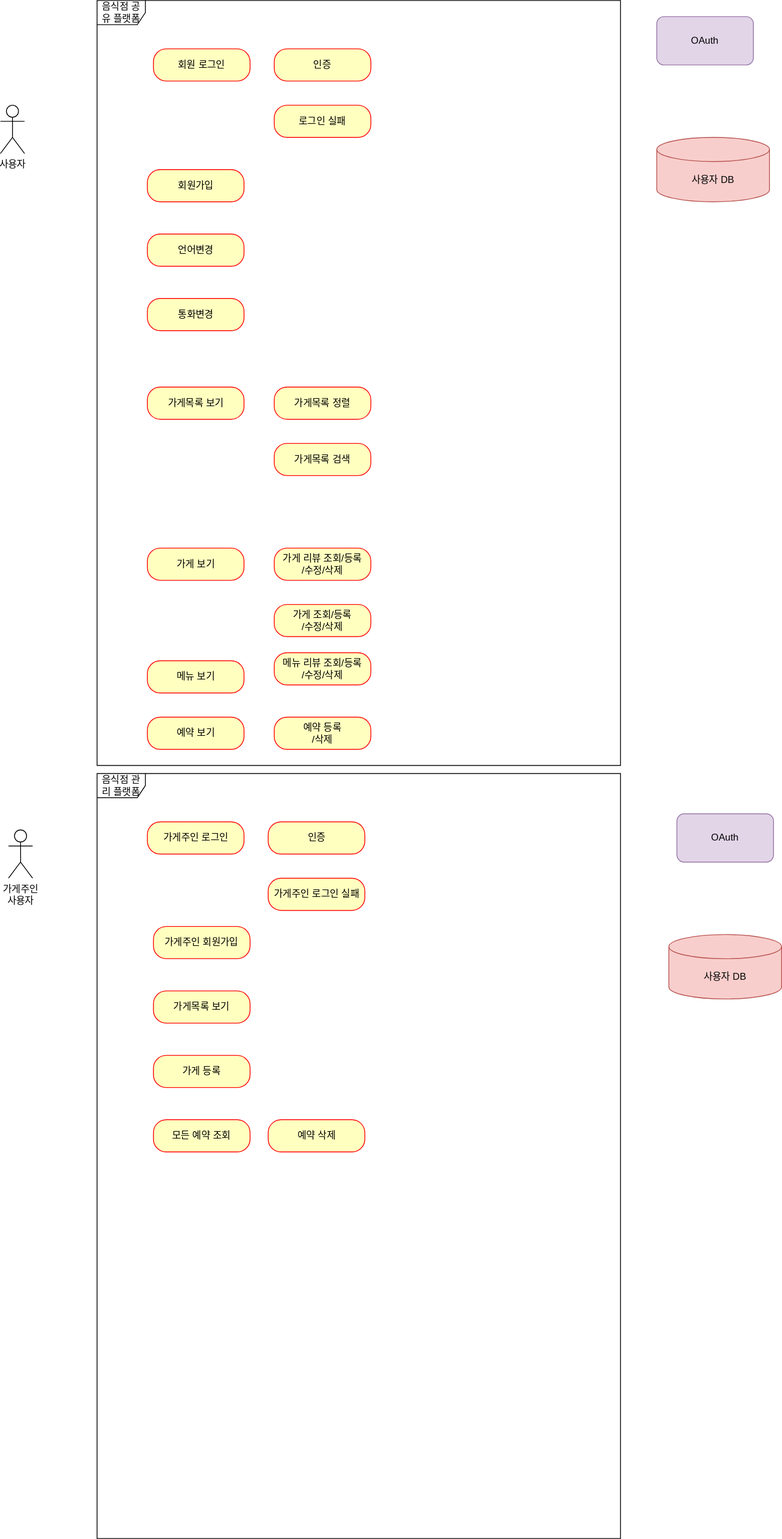
Before: document/usecase.svg, a diagram exported from draw.io (gunsight1/boot-up1-samsik). Source tidied: cells renumbered, new cells last; positions are measured from the earlier drawing's top-left corner, leaving out a move shared by most shapes.
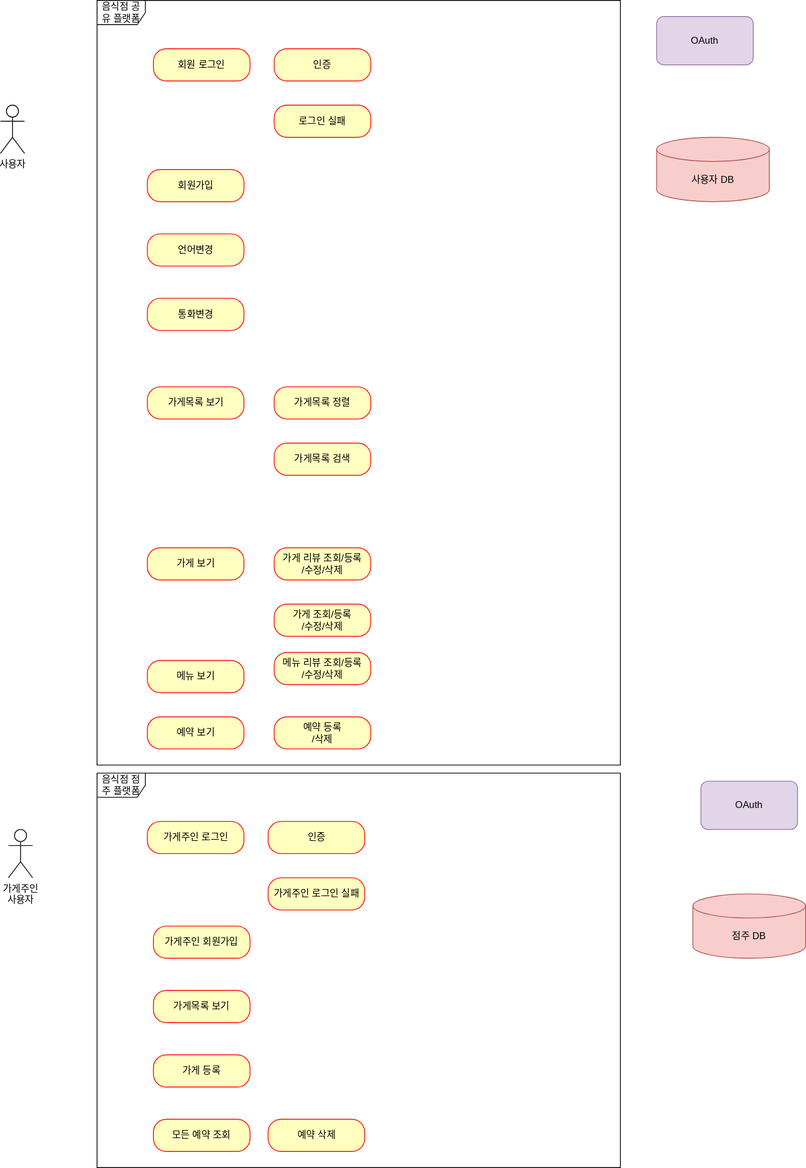
After the commit.

Change to the diagram source:
```diff
@@ -86,17 +86,17 @@
     <mxCell id="29" value="가게목록 보기" style="rounded=1;whiteSpace=wrap;html=1;arcSize=40;fontColor=#000000;fillColor=#ffffc0;strokeColor=#ff0000;" parent="1" vertex="1">
       <mxGeometry x="190" y="1230" width="120" height="40" as="geometry" />
     </mxCell>
-    <mxCell id="30" value="음식점 관리 플랫폼" style="shape=umlFrame;whiteSpace=wrap;html=1;" parent="1" vertex="1">
-      <mxGeometry x="120" y="960" width="650" height="950" as="geometry" />
+    <mxCell id="30" value="음식점 점주 플랫폼" style="shape=umlFrame;whiteSpace=wrap;html=1;" parent="1" vertex="1">
+      <mxGeometry x="120" y="960" width="650" height="490" as="geometry" />
     </mxCell>
     <mxCell id="31" value="예약 삭제" style="rounded=1;whiteSpace=wrap;html=1;arcSize=40;fontColor=#000000;fillColor=#ffffc0;strokeColor=#ff0000;" parent="1" vertex="1">
       <mxGeometry x="332.5" y="1390" width="120" height="40" as="geometry" />
     </mxCell>
-    <mxCell id="32" value="사용자 DB" style="shape=cylinder3;whiteSpace=wrap;html=1;boundedLbl=1;backgroundOutline=1;size=15;fillColor=#f8cecc;strokeColor=#b85450;" parent="1" vertex="1">
-      <mxGeometry x="830" y="1160" width="140" height="80" as="geometry" />
+    <mxCell id="32" value="점주 DB" style="shape=cylinder3;whiteSpace=wrap;html=1;boundedLbl=1;backgroundOutline=1;size=15;fillColor=#f8cecc;strokeColor=#b85450;" parent="1" vertex="1">
+      <mxGeometry x="860" y="1110" width="140" height="80" as="geometry" />
     </mxCell>
     <mxCell id="33" value="OAuth" style="rounded=1;whiteSpace=wrap;html=1;fillColor=#e1d5e7;strokeColor=#9673a6;" parent="1" vertex="1">
-      <mxGeometry x="840" y="1010" width="120" height="60" as="geometry" />
+      <mxGeometry x="870" y="970" width="120" height="60" as="geometry" />
     </mxCell>
   </root>
 </mxGraphModel>
```
